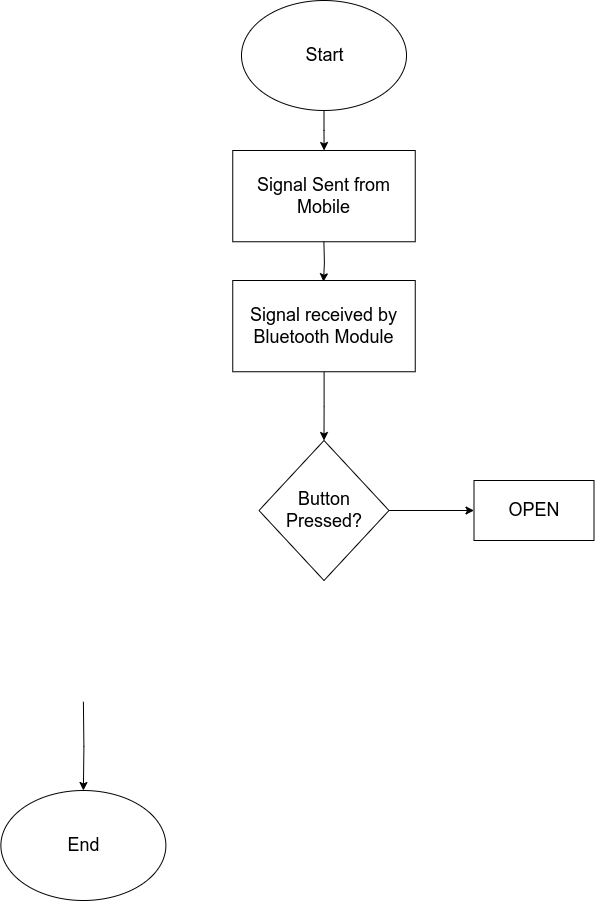
This is Calculate Sum.drawio.png from rustybladez/flowcharts, a draw.io export, as it was before one commit. Source tidied: cells renumbered, new cells last; positions are measured from the earlier drawing's top-left corner, leaving out a move shared by most shapes.
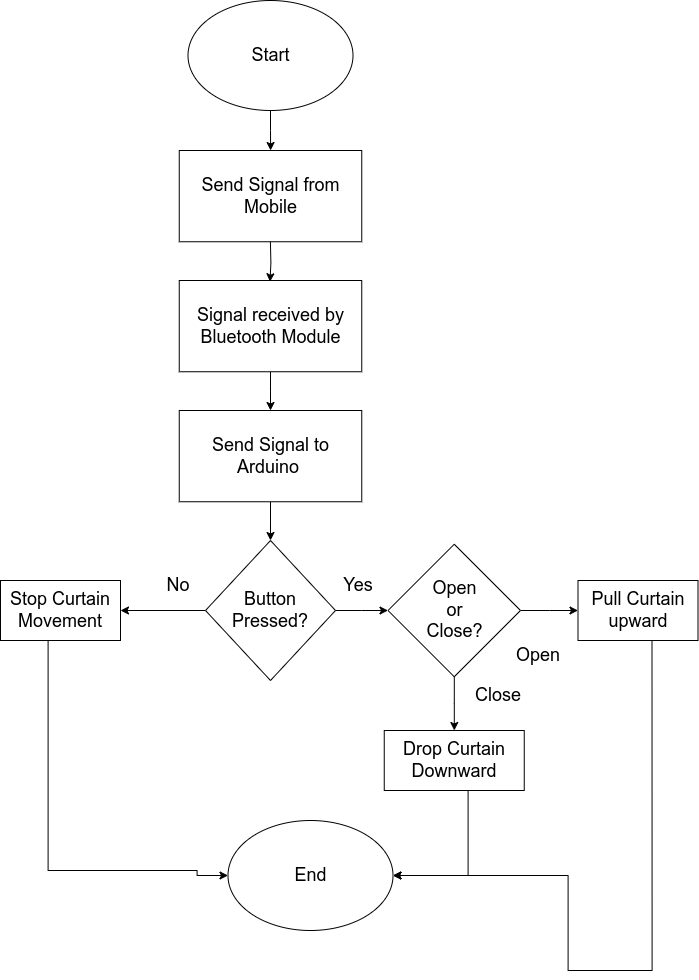
Later version of the same file.

Change to the diagram source:
```diff
@@ -4,49 +4,102 @@
     <mxCell id="1" parent="0" />
     <mxCell id="2" style="edgeStyle=orthogonalEdgeStyle;rounded=0;jettySize=auto;html=1;" parent="1" edge="1" source="3">
       <mxGeometry relative="1" as="geometry">
-        <mxPoint x="323.6" y="150" as="targetPoint" />
+        <mxPoint x="227.1" y="160" as="targetPoint" />
       </mxGeometry>
     </mxCell>
     <mxCell id="3" style="ellipse;whiteSpace=wrap;html=1;" parent="1" vertex="1">
-      <mxGeometry x="241" width="165" height="110" as="geometry" />
+      <mxGeometry x="144.5" y="10" width="165" height="110" as="geometry" />
     </mxCell>
     <mxCell id="4" value="Start" style="text;html=1;align=center;verticalAlign=middle;fillColor=none;strokeColor=none;rounded=0;fontSize=18;" parent="1" vertex="1">
-      <mxGeometry x="298.5" y="40" width="50" height="30" as="geometry" />
+      <mxGeometry x="202" y="50" width="50" height="30" as="geometry" />
     </mxCell>
-    <mxCell id="5" value="Signal Sent from Mobile" style="rounded=0;whiteSpace=wrap;html=1;fontSize=18;" parent="1" vertex="1">
-      <mxGeometry x="232.2" y="150" width="182.5" height="91.2" as="geometry" />
+    <mxCell id="5" value="Send Signal from Mobile" style="rounded=0;whiteSpace=wrap;html=1;fontSize=18;" parent="1" vertex="1">
+      <mxGeometry x="135.8" y="160" width="182.5" height="91.2" as="geometry" />
     </mxCell>
-    <mxCell id="6" style="edgeStyle=orthogonalEdgeStyle;rounded=0;jettySize=auto;html=1;fontSize=18;entryX=0.5;entryY=0;entryDx=0;entryDy=0;" parent="1" edge="1" target="7">
-      <mxGeometry relative="1" as="geometry">
-        <mxPoint x="82.9" y="701.2" as="sourcePoint" />
-      </mxGeometry>
-    </mxCell>
-    <mxCell id="7" style="ellipse;whiteSpace=wrap;html=1;" parent="1" vertex="1">
-      <mxGeometry x="0.4" y="790" width="165" height="110" as="geometry" />
+    <mxCell id="7" value="&lt;font style=&quot;font-size: 18px;&quot;&gt;End&lt;/font&gt;" style="ellipse;whiteSpace=wrap;html=1;" parent="1" vertex="1">
+      <mxGeometry x="184.5" y="830" width="165" height="110" as="geometry" />
     </mxCell>
-    <mxCell id="8" value="End" style="text;html=1;align=center;verticalAlign=middle;fillColor=none;strokeColor=none;rounded=0;fontSize=18;" parent="1" vertex="1">
-      <mxGeometry x="57.9" y="830" width="50" height="30" as="geometry" />
-    </mxCell>
-    <mxCell id="9" style="edgeStyle=orthogonalEdgeStyle;rounded=0;jettySize=auto;html=1;" parent="1" edge="1" source="10" target="13">
-      <mxGeometry relative="1" as="geometry" />
-    </mxCell>
+    <mxCell id="15" style="edgeStyle=orthogonalEdgeStyle;rounded=0;jettySize=auto;html=1;" parent="1" edge="1" source="10" target="27">
+      <mxGeometry relative="1" as="geometry" />
+    </mxCell>
     <mxCell id="10" value="Signal received by Bluetooth Module" style="rounded=0;whiteSpace=wrap;html=1;fontSize=18;" parent="1" vertex="1">
-      <mxGeometry x="232.2" y="280" width="182.5" height="91.2" as="geometry" />
+      <mxGeometry x="135.8" y="290" width="182.5" height="91.2" as="geometry" />
     </mxCell>
     <mxCell id="11" style="edgeStyle=orthogonalEdgeStyle;rounded=0;orthogonalLoop=1;jettySize=auto;html=1;" parent="1" edge="1">
       <mxGeometry relative="1" as="geometry">
-        <mxPoint x="323.4" y="241.2" as="sourcePoint" />
-        <mxPoint x="323" y="281.2" as="targetPoint" />
+        <mxPoint x="226.9" y="251.2" as="sourcePoint" />
+        <mxPoint x="226.5" y="291.2" as="targetPoint" />
       </mxGeometry>
     </mxCell>
-    <mxCell id="12" style="edgeStyle=orthogonalEdgeStyle;rounded=0;jettySize=auto;html=1;" parent="1" edge="1" source="13" target="14">
-      <mxGeometry relative="1" as="geometry" />
-    </mxCell>
+    <mxCell id="16" style="edgeStyle=orthogonalEdgeStyle;rounded=0;jettySize=auto;html=1;" parent="1" edge="1" source="13" target="20">
+      <mxGeometry relative="1" as="geometry" />
+    </mxCell>
+    <mxCell id="17" style="edgeStyle=orthogonalEdgeStyle;rounded=0;jettySize=auto;html=1;" parent="1" edge="1" source="13" target="25">
+      <mxGeometry relative="1" as="geometry" />
+    </mxCell>
     <mxCell id="13" value="Button &lt;br&gt;Pressed?" style="rhombus;whiteSpace=wrap;html=1;fontSize=18;rounded=0;" parent="1" vertex="1">
-      <mxGeometry x="258.5" y="440" width="130" height="140" as="geometry" />
+      <mxGeometry x="162" y="550" width="130" height="140" as="geometry" />
     </mxCell>
-    <mxCell id="14" value="OPEN" style="whiteSpace=wrap;html=1;fontSize=18;rounded=0;" parent="1" vertex="1">
-      <mxGeometry x="473.5" y="480" width="120" height="60" as="geometry" />
-    </mxCell>
+    <mxCell id="18" style="edgeStyle=orthogonalEdgeStyle;rounded=0;jettySize=auto;html=1;" parent="1" edge="1" source="20" target="22">
+      <mxGeometry relative="1" as="geometry" />
+    </mxCell>
+    <mxCell id="19" style="edgeStyle=orthogonalEdgeStyle;rounded=0;jettySize=auto;html=1;" parent="1" edge="1" source="20" target="30">
+      <mxGeometry relative="1" as="geometry" />
+    </mxCell>
+    <mxCell id="20" value="Open&lt;br&gt;or&lt;br&gt;Close?" style="rhombus;whiteSpace=wrap;html=1;fontSize=18;rounded=0;" parent="1" vertex="1">
+      <mxGeometry x="344.5" y="553.8" width="132.5" height="132.5" as="geometry" />
+    </mxCell>
+    <mxCell id="21" value="&lt;font style=&quot;font-size: 18px;&quot;&gt;Yes&lt;/font&gt;" style="text;strokeColor=none;align=center;fillColor=none;html=1;verticalAlign=middle;whiteSpace=wrap;rounded=0;" parent="1" vertex="1">
+      <mxGeometry x="284.5" y="580" width="60" height="30" as="geometry" />
+    </mxCell>
+    <mxCell id="22" value="Pull Curtain upward" style="whiteSpace=wrap;html=1;fontSize=18;rounded=0;" parent="1" vertex="1">
+      <mxGeometry x="534.5" y="590" width="120" height="60" as="geometry" />
+    </mxCell>
+    <mxCell id="23" value="&lt;font style=&quot;font-size: 18px;&quot;&gt;No&lt;/font&gt;" style="text;strokeColor=none;align=center;fillColor=none;html=1;verticalAlign=middle;whiteSpace=wrap;rounded=0;" parent="1" vertex="1">
+      <mxGeometry x="104.5" y="580" width="60" height="30" as="geometry" />
+    </mxCell>
+    <mxCell id="24" style="edgeStyle=orthogonalEdgeStyle;rounded=0;jettySize=auto;html=1;entryX=0;entryY=0.5;entryDx=0;entryDy=0;" parent="1" edge="1" source="25" target="7">
+      <mxGeometry relative="1" as="geometry">
+        <Array as="points">
+          <mxPoint x="4.5" y="880" />
+          <mxPoint x="153.5" y="880" />
+        </Array>
+      </mxGeometry>
+    </mxCell>
+    <mxCell id="25" value="Stop Curtain Movement" style="whiteSpace=wrap;html=1;fontSize=18;rounded=0;" parent="1" vertex="1">
+      <mxGeometry x="-43" y="590" width="120" height="60" as="geometry" />
+    </mxCell>
+    <mxCell id="26" style="edgeStyle=orthogonalEdgeStyle;rounded=0;jettySize=auto;html=1;" parent="1" edge="1" source="27" target="13">
+      <mxGeometry relative="1" as="geometry" />
+    </mxCell>
+    <mxCell id="27" value="Send Signal to Arduino&amp;nbsp;" style="rounded=0;whiteSpace=wrap;html=1;fontSize=18;" parent="1" vertex="1">
+      <mxGeometry x="135.8" y="420" width="182.5" height="91.2" as="geometry" />
+    </mxCell>
+    <mxCell id="28" value="&lt;font style=&quot;font-size: 18px;&quot;&gt;Open&lt;/font&gt;" style="text;strokeColor=none;align=center;fillColor=none;html=1;verticalAlign=middle;whiteSpace=wrap;rounded=0;" parent="1" vertex="1">
+      <mxGeometry x="464.5" y="650" width="60" height="30" as="geometry" />
+    </mxCell>
+    <mxCell id="29" style="edgeStyle=orthogonalEdgeStyle;rounded=0;jettySize=auto;html=1;entryX=1;entryY=0.5;entryDx=0;entryDy=0;" parent="1" edge="1" source="30" target="7">
+      <mxGeometry relative="1" as="geometry">
+        <Array as="points">
+          <mxPoint x="424.5" y="885" />
+        </Array>
+      </mxGeometry>
+    </mxCell>
+    <mxCell id="30" value="Drop Curtain Downward" style="whiteSpace=wrap;html=1;fontSize=18;rounded=0;" parent="1" vertex="1">
+      <mxGeometry x="340.8" y="740" width="140" height="60" as="geometry" />
+    </mxCell>
+    <mxCell id="31" value="&lt;font style=&quot;font-size: 18px;&quot;&gt;Close&lt;br&gt;&lt;/font&gt;" style="text;strokeColor=none;align=center;fillColor=none;html=1;verticalAlign=middle;whiteSpace=wrap;rounded=0;" parent="1" vertex="1">
+      <mxGeometry x="424.5" y="690" width="60" height="30" as="geometry" />
+    </mxCell>
+    <mxCell id="32" style="edgeStyle=orthogonalEdgeStyle;rounded=0;jettySize=auto;html=1;" parent="1" edge="1" target="7">
+      <mxGeometry relative="1" as="geometry">
+        <mxPoint x="608.5" y="650" as="sourcePoint" />
+        <Array as="points">
+          <mxPoint x="608.5" y="980" />
+          <mxPoint x="524.5" y="980" />
+          <mxPoint x="524.5" y="885" />
+        </Array>
+      </mxGeometry>
+    </mxCell>
   </root>
 </mxGraphModel>
```
